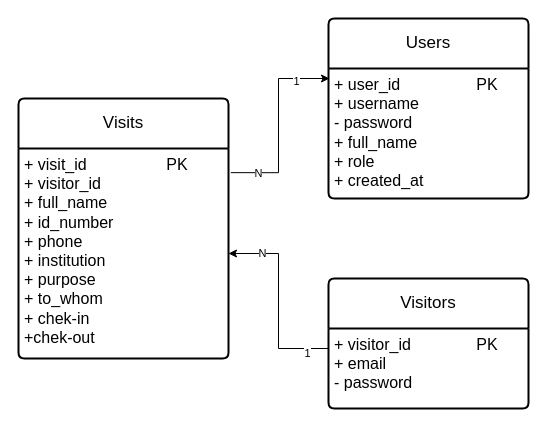
Above: ERD.drawio in azilaa06/evisitor-code (draw.io), before the change. Source tidied: cells renumbered, new cells numbered last; positions are measured from the earlier drawing's top-left corner, leaving out a move shared by most shapes. Both pictures are drawn from the tidied source at 100%, with x=0, y=0 at pixel (18, 18).
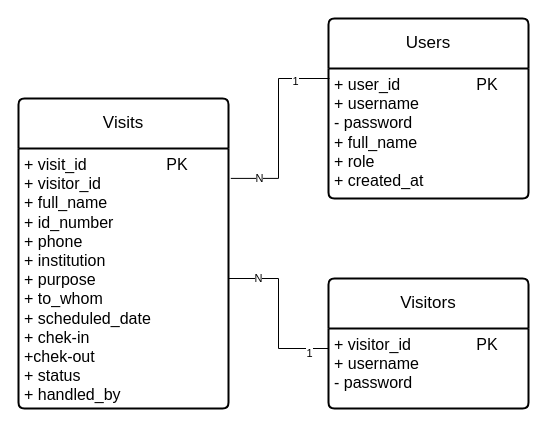
The same diagram, later.

The edit, as a diff of the source:
```diff
@@
 <mxGraphModel>
   <root>
     <mxCell id="0" />
     <mxCell id="1" parent="0" />
     <mxCell id="2" value="&lt;font style=&quot;font-size: 17px;&quot;&gt;Visits&lt;/font&gt;" style="swimlane;horizontal=1;startSize=50;rounded=1;fontSize=14;fontStyle=0;strokeWidth=2;shadow=0;dashed=0;align=center;arcSize=4;whiteSpace=wrap;html=1;" parent="1" vertex="1">
-      <mxGeometry y="80" width="210" height="260" as="geometry" />
+      <mxGeometry y="80" width="210" height="310" as="geometry" />
     </mxCell>
-    <mxCell id="3" value="&lt;font style=&quot;font-size: 16px;&quot;&gt;+ visit_id&lt;span style=&quot;white-space: pre;&quot;&gt;&#9;&lt;/span&gt;&lt;span style=&quot;white-space: pre;&quot;&gt;&#9;&lt;span style=&quot;white-space: pre;&quot;&gt;&#9;&lt;/span&gt;&lt;/span&gt;PK&lt;/font&gt;&lt;div&gt;&lt;font style=&quot;font-size: 16px;&quot;&gt;+ visitor_id&lt;/font&gt;&lt;/div&gt;&lt;div&gt;&lt;font style=&quot;font-size: 16px;&quot;&gt;+ full_name&lt;/font&gt;&lt;/div&gt;&lt;div&gt;&lt;font style=&quot;font-size: 16px;&quot;&gt;+ id_number&lt;/font&gt;&lt;/div&gt;&lt;div&gt;&lt;font style=&quot;font-size: 16px;&quot;&gt;+ phone&lt;/font&gt;&lt;/div&gt;&lt;div&gt;&lt;font style=&quot;font-size: 16px;&quot;&gt;+ institution&lt;/font&gt;&lt;/div&gt;&lt;div&gt;&lt;font style=&quot;font-size: 16px;&quot;&gt;+ purpose&amp;nbsp;&lt;/font&gt;&lt;/div&gt;&lt;div&gt;&lt;font style=&quot;font-size: 16px;&quot;&gt;+ to_whom&lt;/font&gt;&lt;/div&gt;&lt;div&gt;&lt;font style=&quot;font-size: 16px;&quot;&gt;+ chek-in&lt;/font&gt;&lt;/div&gt;&lt;div&gt;&lt;font style=&quot;font-size: 16px;&quot;&gt;+chek-out&lt;/font&gt;&lt;/div&gt;" style="align=left;strokeColor=none;fillColor=none;spacingLeft=4;spacingRight=4;fontSize=12;verticalAlign=top;html=1;whiteSpace=wrap;" parent="2" vertex="1">
-      <mxGeometry y="50" width="210" height="210" as="geometry" />
+    <mxCell id="3" value="&lt;font style=&quot;font-size: 16px;&quot;&gt;+ visit_id&lt;span style=&quot;white-space: pre;&quot;&gt;&#9;&lt;/span&gt;&lt;span style=&quot;white-space: pre;&quot;&gt;&#9;&lt;span style=&quot;white-space: pre;&quot;&gt;&#9;&lt;/span&gt;&lt;/span&gt;PK&lt;/font&gt;&lt;div&gt;&lt;font style=&quot;font-size: 16px;&quot;&gt;+ visitor_id&lt;/font&gt;&lt;/div&gt;&lt;div&gt;&lt;font style=&quot;font-size: 16px;&quot;&gt;+ full_name&lt;/font&gt;&lt;/div&gt;&lt;div&gt;&lt;font style=&quot;font-size: 16px;&quot;&gt;+ id_number&lt;/font&gt;&lt;/div&gt;&lt;div&gt;&lt;font style=&quot;font-size: 16px;&quot;&gt;+ phone&lt;/font&gt;&lt;/div&gt;&lt;div&gt;&lt;font style=&quot;font-size: 16px;&quot;&gt;+ institution&lt;/font&gt;&lt;/div&gt;&lt;div&gt;&lt;font style=&quot;font-size: 16px;&quot;&gt;+ purpose&amp;nbsp;&lt;/font&gt;&lt;/div&gt;&lt;div&gt;&lt;font style=&quot;font-size: 16px;&quot;&gt;+ to_whom&lt;/font&gt;&lt;/div&gt;&lt;div&gt;&lt;font style=&quot;font-size: 16px;&quot;&gt;+ scheduled_date&lt;/font&gt;&lt;/div&gt;&lt;div&gt;&lt;font style=&quot;font-size: 16px;&quot;&gt;+ chek-in&lt;/font&gt;&lt;/div&gt;&lt;div&gt;&lt;font style=&quot;font-size: 16px;&quot;&gt;+chek-out&lt;/font&gt;&lt;/div&gt;&lt;div&gt;&lt;font style=&quot;font-size: 16px;&quot;&gt;+ status&lt;/font&gt;&lt;/div&gt;&lt;div&gt;&lt;font style=&quot;font-size: 16px;&quot;&gt;+ handled_by&lt;/font&gt;&lt;/div&gt;" style="align=left;strokeColor=none;fillColor=none;spacingLeft=4;spacingRight=4;fontSize=12;verticalAlign=top;html=1;whiteSpace=wrap;" parent="2" vertex="1">
+      <mxGeometry y="50" width="210" height="260" as="geometry" />
     </mxCell>
     <mxCell id="4" style="edgeStyle=orthogonalEdgeStyle;rounded=0;orthogonalLoop=1;jettySize=auto;html=1;exitX=0.5;exitY=1;exitDx=0;exitDy=0;" parent="2" edge="1" source="3" target="3">
       <mxGeometry relative="1" as="geometry" />
     </mxCell>
     <mxCell id="5" value="&lt;font style=&quot;font-size: 17px;&quot;&gt;Users&lt;/font&gt;" style="swimlane;horizontal=1;startSize=50;rounded=1;fontSize=14;fontStyle=0;strokeWidth=2;shadow=0;dashed=0;align=center;arcSize=4;whiteSpace=wrap;html=1;" parent="1" vertex="1">
       <mxGeometry x="310" width="200" height="180" as="geometry" />
     </mxCell>
     <mxCell id="6" value="&lt;font style=&quot;font-size: 16px;&quot;&gt;+ user_id&lt;span style=&quot;white-space: pre;&quot;&gt;&#9;&lt;/span&gt;&lt;span style=&quot;white-space: pre;&quot;&gt;&#9;&lt;/span&gt;&lt;span style=&quot;white-space: pre;&quot;&gt;&#9;&lt;/span&gt;PK&lt;/font&gt;&lt;div&gt;&lt;font style=&quot;font-size: 16px;&quot;&gt;+ username&lt;/font&gt;&lt;/div&gt;&lt;div&gt;&lt;font style=&quot;font-size: 16px;&quot;&gt;- password&lt;/font&gt;&lt;/div&gt;&lt;div&gt;&lt;font style=&quot;font-size: 16px;&quot;&gt;+ full_name&lt;/font&gt;&lt;/div&gt;&lt;div&gt;&lt;font style=&quot;font-size: 16px;&quot;&gt;+ role&lt;/font&gt;&lt;/div&gt;&lt;div&gt;&lt;font style=&quot;font-size: 16px;&quot;&gt;+ created_at&lt;/font&gt;&lt;/div&gt;" style="align=left;strokeColor=none;fillColor=none;spacingLeft=4;spacingRight=4;fontSize=12;verticalAlign=top;html=1;whiteSpace=wrap;" parent="5" vertex="1">
       <mxGeometry y="50" width="200" height="130" as="geometry" />
     </mxCell>
     <mxCell id="7" style="edgeStyle=orthogonalEdgeStyle;rounded=0;orthogonalLoop=1;jettySize=auto;html=1;exitX=0.5;exitY=1;exitDx=0;exitDy=0;" parent="5" edge="1" source="6" target="6">
       <mxGeometry relative="1" as="geometry" />
     </mxCell>
     <mxCell id="8" value="&lt;span style=&quot;font-size: 17px;&quot;&gt;Visitors&lt;/span&gt;" style="swimlane;horizontal=1;startSize=50;rounded=1;fontSize=14;fontStyle=0;strokeWidth=2;shadow=0;dashed=0;align=center;arcSize=4;whiteSpace=wrap;html=1;" parent="1" vertex="1">
       <mxGeometry x="310" y="260" width="200" height="130" as="geometry" />
     </mxCell>
-    <mxCell id="9" value="&lt;span style=&quot;font-size: 16px;&quot;&gt;+ visitor_id&lt;span style=&quot;white-space: pre;&quot;&gt;&#9;&lt;/span&gt;&lt;span style=&quot;white-space: pre;&quot;&gt;&#9;&lt;/span&gt;PK&lt;/span&gt;&lt;div&gt;&lt;span style=&quot;font-size: 16px;&quot;&gt;+ email&lt;/span&gt;&lt;/div&gt;&lt;div&gt;&lt;span style=&quot;font-size: 16px;&quot;&gt;- password&lt;/span&gt;&lt;/div&gt;" style="align=left;strokeColor=none;fillColor=none;spacingLeft=4;spacingRight=4;fontSize=12;verticalAlign=top;html=1;whiteSpace=wrap;" parent="8" vertex="1">
+    <mxCell id="9" value="&lt;span style=&quot;font-size: 16px;&quot;&gt;+ visitor_id&lt;span style=&quot;white-space: pre;&quot;&gt;&#9;&lt;/span&gt;&lt;span style=&quot;white-space: pre;&quot;&gt;&#9;&lt;/span&gt;PK&lt;/span&gt;&lt;div&gt;&lt;span style=&quot;font-size: 16px;&quot;&gt;+ username&lt;/span&gt;&lt;/div&gt;&lt;div&gt;&lt;span style=&quot;font-size: 16px;&quot;&gt;- password&lt;/span&gt;&lt;/div&gt;" style="align=left;strokeColor=none;fillColor=none;spacingLeft=4;spacingRight=4;fontSize=12;verticalAlign=top;html=1;whiteSpace=wrap;" parent="8" vertex="1">
       <mxGeometry y="50" width="200" height="80" as="geometry" />
     </mxCell>
     <mxCell id="10" style="edgeStyle=orthogonalEdgeStyle;rounded=0;orthogonalLoop=1;jettySize=auto;html=1;exitX=0.5;exitY=1;exitDx=0;exitDy=0;" parent="8" edge="1" source="9" target="9">
       <mxGeometry relative="1" as="geometry" />
     </mxCell>
-    <mxCell id="11" style="edgeStyle=orthogonalEdgeStyle;rounded=0;jettySize=auto;html=1;entryX=0.005;entryY=0.077;entryDx=0;entryDy=0;entryPerimeter=0;exitX=1.011;exitY=0.115;exitDx=0;exitDy=0;exitPerimeter=0;" parent="1" edge="1" source="3" target="6">
+    <mxCell id="11" style="edgeStyle=orthogonalEdgeStyle;rounded=0;jettySize=auto;html=1;entryX=0.005;entryY=0.077;entryDx=0;entryDy=0;entryPerimeter=0;exitX=1.011;exitY=0.115;exitDx=0;exitDy=0;exitPerimeter=0;endArrow=none;endFill=0;" parent="1" edge="1" source="3" target="6">
       <mxGeometry relative="1" as="geometry" />
     </mxCell>
     <mxCell id="12" value="N" style="edgeLabel;html=1;align=center;verticalAlign=middle;" parent="11" vertex="1">
       <mxGeometry x="-0.72" relative="1" as="geometry" />
     </mxCell>
     <mxCell id="13" value="1" style="edgeLabel;html=1;align=center;verticalAlign=middle;" parent="11" vertex="1">
       <mxGeometry x="0.65" y="-2" relative="1" as="geometry" />
     </mxCell>
-    <mxCell id="14" style="edgeStyle=orthogonalEdgeStyle;rounded=0;jettySize=auto;html=1;exitX=0;exitY=0.25;exitDx=0;exitDy=0;entryX=1;entryY=0.5;entryDx=0;entryDy=0;" parent="1" edge="1" source="9" target="3">
+    <mxCell id="14" style="edgeStyle=orthogonalEdgeStyle;rounded=0;jettySize=auto;html=1;exitX=0;exitY=0.25;exitDx=0;exitDy=0;entryX=1;entryY=0.5;entryDx=0;entryDy=0;endArrow=none;endFill=0;" parent="1" edge="1" source="9" target="3">
       <mxGeometry relative="1" as="geometry" />
     </mxCell>
     <mxCell id="15" value="1" style="edgeLabel;html=1;align=center;verticalAlign=middle;" parent="14" vertex="1">
       <mxGeometry x="-0.77" y="4" relative="1" as="geometry" />
     </mxCell>
     <mxCell id="16" value="N" style="edgeLabel;html=1;align=center;verticalAlign=middle;" parent="14" vertex="1">
       <mxGeometry x="0.67" y="-1" relative="1" as="geometry">
         <mxPoint x="1" as="offset" />
       </mxGeometry>
     </mxCell>
   </root>
 </mxGraphModel>
```
